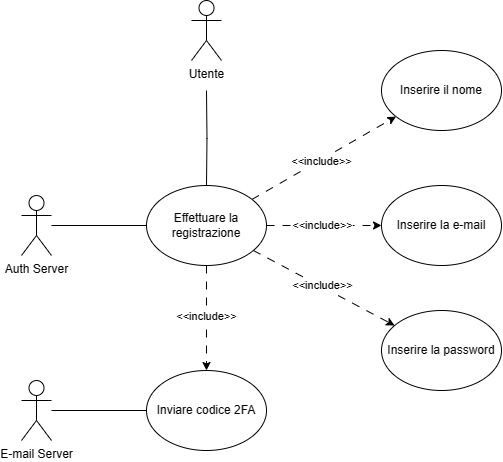
Before: second-deliverable/images/UCD/RF2_registrazione_UCD.png, a diagram exported from draw.io (IS-FixMi/Documentation-Source). Source tidied: cells renumbered, new cells last; positions are measured from the earlier drawing's top-left corner, leaving out a move shared by most shapes. Source of this version:
```xml
<mxGraphModel>
  <root>
    <mxCell id="0" />
    <mxCell id="1" parent="0" />
    <mxCell id="2" style="edgeStyle=orthogonalEdgeStyle;rounded=0;jettySize=auto;html=1;endArrow=none;endFill=0;" parent="1" edge="1" target="12">
      <mxGeometry relative="1" as="geometry">
        <mxPoint x="185" y="90" as="sourcePoint" />
      </mxGeometry>
    </mxCell>
    <mxCell id="3" value="Utente" style="shape=umlActor;verticalLabelPosition=bottom;verticalAlign=top;html=1;" parent="1" vertex="1">
      <mxGeometry x="170" width="30" height="60" as="geometry" />
    </mxCell>
    <mxCell id="4" style="edgeStyle=orthogonalEdgeStyle;rounded=0;jettySize=auto;html=1;dashed=1;dashPattern=8 8;" parent="1" edge="1" source="12" target="16">
      <mxGeometry relative="1" as="geometry" />
    </mxCell>
    <mxCell id="5" value="&amp;lt;&amp;lt;include&amp;gt;&amp;gt;" style="edgeLabel;html=1;align=center;verticalAlign=middle;" parent="4" vertex="1">
      <mxGeometry x="-0.22" y="-2" relative="1" as="geometry">
        <mxPoint x="2" y="9" as="offset" />
      </mxGeometry>
    </mxCell>
    <mxCell id="6" style="rounded=0;jettySize=auto;html=1;dashed=1;dashPattern=8 8;" parent="1" edge="1" source="12" target="15">
      <mxGeometry relative="1" as="geometry" />
    </mxCell>
    <mxCell id="7" value="&amp;lt;&amp;lt;include&amp;gt;&amp;gt;" style="edgeLabel;html=1;align=center;verticalAlign=middle;" parent="6" vertex="1">
      <mxGeometry x="-0.09" y="2" relative="1" as="geometry">
        <mxPoint x="5" y="1" as="offset" />
      </mxGeometry>
    </mxCell>
    <mxCell id="8" style="rounded=0;jettySize=auto;html=1;dashed=1;dashPattern=8 8;" parent="1" edge="1" source="12" target="13">
      <mxGeometry relative="1" as="geometry" />
    </mxCell>
    <mxCell id="9" value="&amp;lt;&amp;lt;include&amp;gt;&amp;gt;" style="edgeLabel;html=1;align=center;verticalAlign=middle;" parent="8" vertex="1">
      <mxGeometry x="-0.13" y="1" relative="1" as="geometry">
        <mxPoint x="5" y="1" as="offset" />
      </mxGeometry>
    </mxCell>
    <mxCell id="10" style="rounded=0;jettySize=auto;html=1;dashed=1;dashPattern=8 8;" parent="1" edge="1" source="12" target="14">
      <mxGeometry relative="1" as="geometry" />
    </mxCell>
    <mxCell id="11" value="&amp;lt;&amp;lt;include&amp;gt;&amp;gt;" style="edgeLabel;html=1;align=center;verticalAlign=middle;" parent="10" vertex="1">
      <mxGeometry x="-0.1" relative="1" as="geometry">
        <mxPoint x="5" y="1" as="offset" />
      </mxGeometry>
    </mxCell>
    <mxCell id="12" value="Effettuare la registrazione" style="ellipse;whiteSpace=wrap;html=1;" parent="1" vertex="1">
      <mxGeometry x="125" y="185" width="120" height="80" as="geometry" />
    </mxCell>
    <mxCell id="13" value="Inserire la e-mail" style="ellipse;whiteSpace=wrap;html=1;" parent="1" vertex="1">
      <mxGeometry x="360" y="185" width="120" height="80" as="geometry" />
    </mxCell>
    <mxCell id="14" value="Inserire la password" style="ellipse;whiteSpace=wrap;html=1;" parent="1" vertex="1">
      <mxGeometry x="360" y="310" width="120" height="80" as="geometry" />
    </mxCell>
    <mxCell id="15" value="Inserire il nome" style="ellipse;whiteSpace=wrap;html=1;" parent="1" vertex="1">
      <mxGeometry x="360" y="50" width="120" height="80" as="geometry" />
    </mxCell>
    <mxCell id="16" value="Inviare codice 2FA" style="ellipse;whiteSpace=wrap;html=1;" parent="1" vertex="1">
      <mxGeometry x="125" y="370" width="120" height="80" as="geometry" />
    </mxCell>
    <mxCell id="17" style="edgeStyle=orthogonalEdgeStyle;rounded=0;jettySize=auto;html=1;endArrow=none;endFill=0;" parent="1" edge="1" source="18" target="16">
      <mxGeometry relative="1" as="geometry" />
    </mxCell>
    <mxCell id="18" value="E-mail Server" style="shape=umlActor;verticalLabelPosition=bottom;verticalAlign=top;html=1;outlineConnect=0;" parent="1" vertex="1">
      <mxGeometry y="380" width="30" height="60" as="geometry" />
    </mxCell>
    <mxCell id="19" style="edgeStyle=orthogonalEdgeStyle;rounded=0;jettySize=auto;html=1;endArrow=none;endFill=0;" parent="1" edge="1" source="20" target="12">
      <mxGeometry relative="1" as="geometry" />
    </mxCell>
    <mxCell id="20" value="Auth Server" style="shape=umlActor;verticalLabelPosition=bottom;verticalAlign=top;html=1;outlineConnect=0;" parent="1" vertex="1">
      <mxGeometry y="195" width="30" height="60" as="geometry" />
    </mxCell>
  </root>
</mxGraphModel>
```
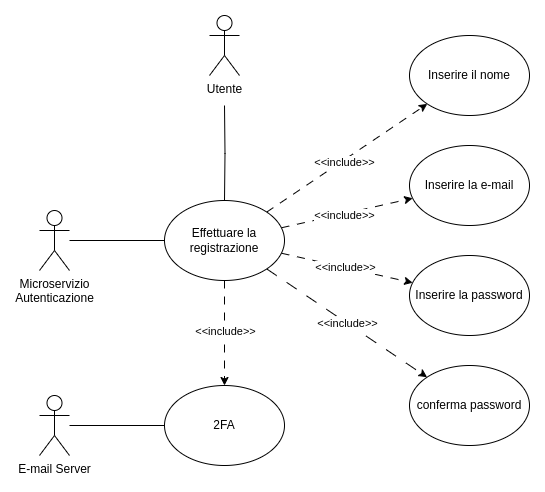
Above is the later version.

What changed in the source:
```diff
@@ -42,19 +42,22 @@
         <mxPoint x="5" y="1" as="offset" />
       </mxGeometry>
     </mxCell>
+    <mxCell id="21" value="&amp;lt;&amp;lt;include&amp;gt;&amp;gt;" style="rounded=0;jettySize=auto;html=1;entryX=0;entryY=0;entryDx=0;entryDy=0;dashed=1;dashPattern=12 12;" parent="1" edge="1" source="12" target="22">
+      <mxGeometry relative="1" as="geometry" />
+    </mxCell>
     <mxCell id="12" value="Effettuare la registrazione" style="ellipse;whiteSpace=wrap;html=1;" parent="1" vertex="1">
       <mxGeometry x="125" y="185" width="120" height="80" as="geometry" />
     </mxCell>
     <mxCell id="13" value="Inserire la e-mail" style="ellipse;whiteSpace=wrap;html=1;" parent="1" vertex="1">
-      <mxGeometry x="360" y="185" width="120" height="80" as="geometry" />
+      <mxGeometry x="370" y="130" width="120" height="80" as="geometry" />
     </mxCell>
     <mxCell id="14" value="Inserire la password" style="ellipse;whiteSpace=wrap;html=1;" parent="1" vertex="1">
-      <mxGeometry x="360" y="310" width="120" height="80" as="geometry" />
+      <mxGeometry x="370" y="240" width="120" height="80" as="geometry" />
     </mxCell>
     <mxCell id="15" value="Inserire il nome" style="ellipse;whiteSpace=wrap;html=1;" parent="1" vertex="1">
-      <mxGeometry x="360" y="50" width="120" height="80" as="geometry" />
+      <mxGeometry x="370" y="20" width="120" height="80" as="geometry" />
     </mxCell>
-    <mxCell id="16" value="Inviare codice 2FA" style="ellipse;whiteSpace=wrap;html=1;" parent="1" vertex="1">
+    <mxCell id="16" value="2FA" style="ellipse;whiteSpace=wrap;html=1;" parent="1" vertex="1">
       <mxGeometry x="125" y="370" width="120" height="80" as="geometry" />
     </mxCell>
     <mxCell id="17" style="edgeStyle=orthogonalEdgeStyle;rounded=0;jettySize=auto;html=1;endArrow=none;endFill=0;" parent="1" edge="1" source="18" target="16">
@@ -66,8 +69,11 @@
     <mxCell id="19" style="edgeStyle=orthogonalEdgeStyle;rounded=0;jettySize=auto;html=1;endArrow=none;endFill=0;" parent="1" edge="1" source="20" target="12">
       <mxGeometry relative="1" as="geometry" />
     </mxCell>
-    <mxCell id="20" value="Auth Server" style="shape=umlActor;verticalLabelPosition=bottom;verticalAlign=top;html=1;outlineConnect=0;" parent="1" vertex="1">
+    <mxCell id="20" value="Microservizio&lt;br&gt;Autenticazione" style="shape=umlActor;verticalLabelPosition=bottom;verticalAlign=top;html=1;outlineConnect=0;" parent="1" vertex="1">
       <mxGeometry y="195" width="30" height="60" as="geometry" />
     </mxCell>
+    <mxCell id="22" value="conferma password" style="ellipse;whiteSpace=wrap;html=1;" parent="1" vertex="1">
+      <mxGeometry x="370" y="350" width="120" height="80" as="geometry" />
+    </mxCell>
   </root>
 </mxGraphModel>
```
